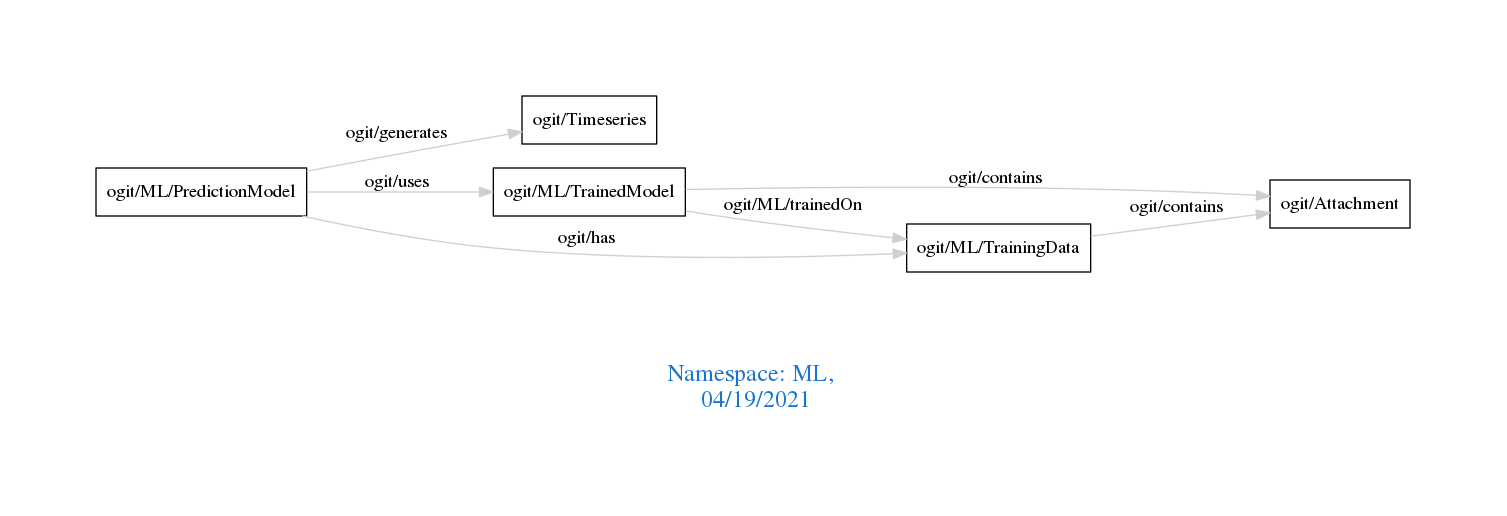
This is downloads/ML.png from arago/OGIT, a Graphviz export, as it was before one commit. Its source is kept beside it as downloads/ML.dot.
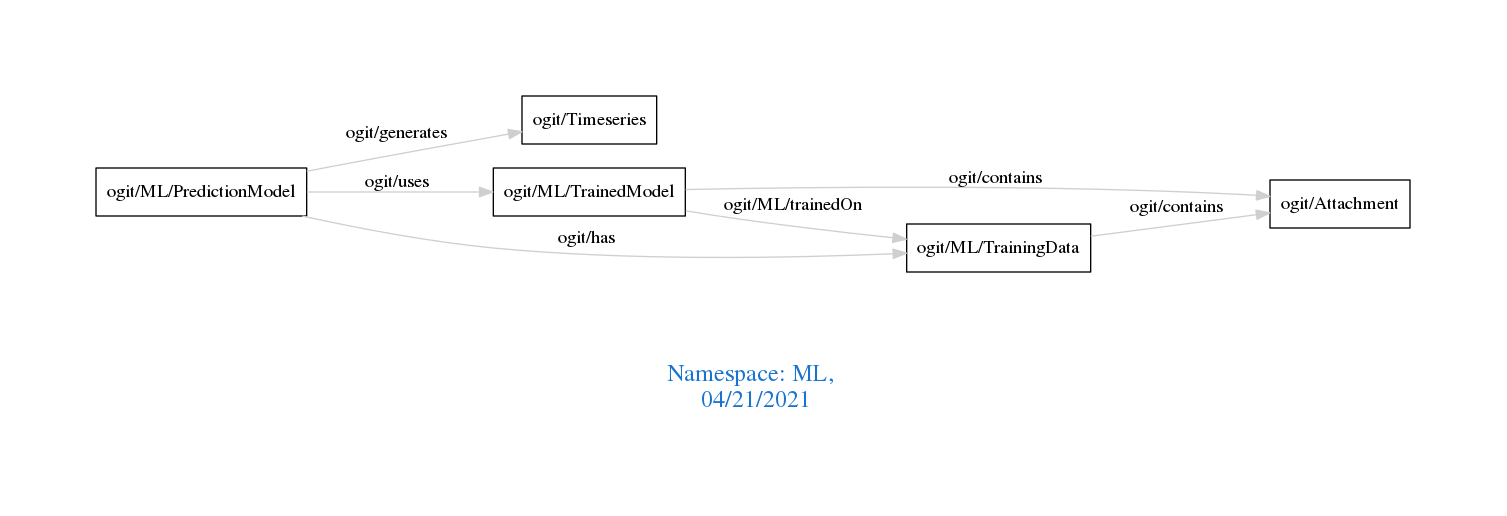
The same diagram one commit later.

What changed in the source:
```diff
@@ -1,7 +1,7 @@
 digraph OGIT_ontology {
  graph [ rankdir= LR,pad=1
 fontsize = 18,
-fontcolor= dodgerblue3,label = "\n\n\nNamespace: ML, \n 04/19/2021"];
+fontcolor= dodgerblue3,label = "\n\n\nNamespace: ML, \n 04/21/2021"];
 node[shape=polygon];
 edge [  color="gray81"];
 
```
